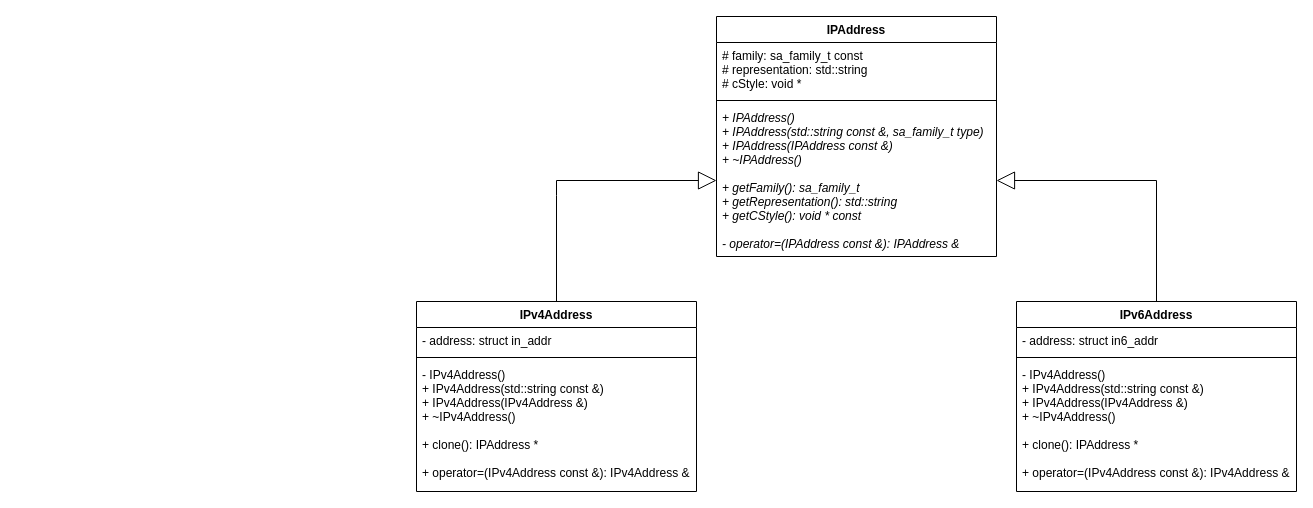
Before: docs/DiagramUML.drawio in tbellavia/ft_irc, a draw.io diagram. Source tidied: cells renumbered, new cells numbered last; positions are measured from the earlier drawing's top-left corner, leaving out a move shared by most shapes. Both pictures are drawn from the tidied source at 100%, with x=0, y=0 at pixel (416, 16).
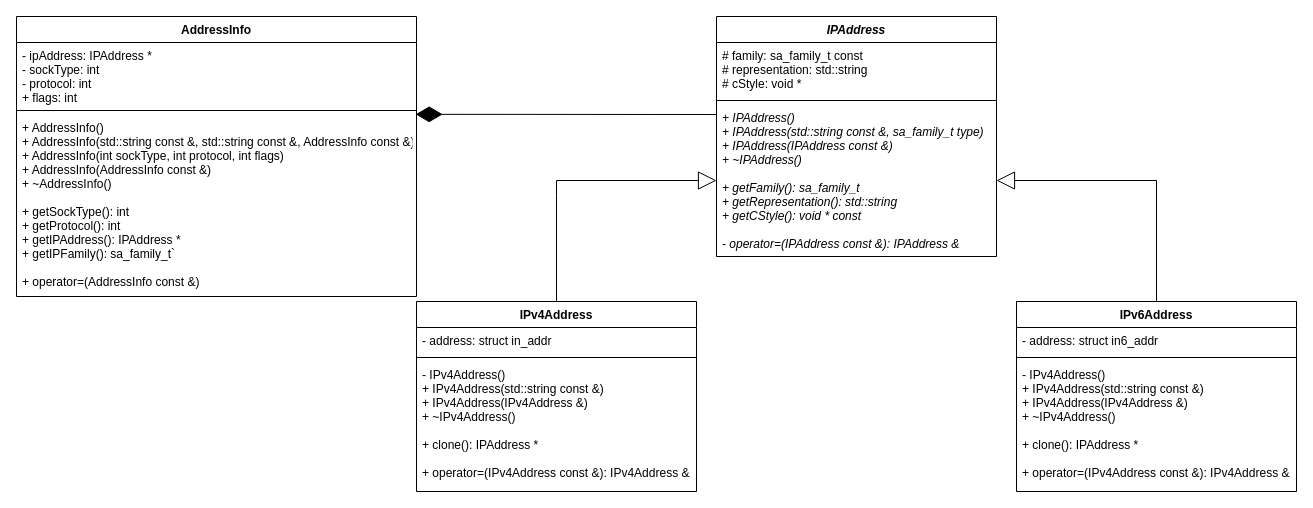
The same diagram, later.

Commit message (it also covers changes not shown here):
ADD: Begin of AddressInfo

The edit, as a diff of the source:
```diff
@@
-    <mxCell id="2" value="IPAddress" style="swimlane;fontStyle=1;align=center;verticalAlign=top;horizontal=1;startSize=26;" parent="1" vertex="1">
+    <mxCell id="2" value="IPAddress" style="swimlane;fontStyle=3;align=center;verticalAlign=top;horizontal=1;startSize=26;" parent="1" vertex="1">
       <mxGeometry x="300" width="280" height="240" as="geometry" />
     </mxCell>
@@
+    <mxCell id="16" value="AddressInfo" style="swimlane;fontStyle=1;align=center;verticalAlign=top;horizontal=1;startSize=26;" parent="1" vertex="1">
+      <mxGeometry x="-400" width="400" height="280" as="geometry" />
+    </mxCell>
+    <mxCell id="17" value="- ipAddress: IPAddress *&#10;- sockType: int&#10;- protocol: int&#10;+ flags: int" style="text;strokeColor=none;fillColor=none;align=left;verticalAlign=top;spacingLeft=4;spacingRight=4;overflow=hidden;direction=south;" parent="16" vertex="1">
+      <mxGeometry y="26" width="400" height="64" as="geometry" />
+    </mxCell>
+    <mxCell id="18" style="line;strokeWidth=1;fillColor=none;align=left;verticalAlign=middle;spacingTop=-1;spacingLeft=3;spacingRight=3;labelPosition=right;" parent="16" vertex="1">
+      <mxGeometry y="90" width="400" height="8" as="geometry" />
+    </mxCell>
+    <mxCell id="19" value="+ AddressInfo()&#10;+ AddressInfo(std::string const &amp;, std::string const &amp;, AddressInfo const &amp;)&#10;+ AddressInfo(int sockType, int protocol, int flags)&#10;+ AddressInfo(AddressInfo const &amp;)&#10;+ ~AddressInfo()&#10;&#10;+ getSockType(): int&#10;+ getProtocol(): int&#10;+ getIPAddress(): IPAddress *&#10;+ getIPFamily(): sa_family_t`&#10;&#10;+ operator=(AddressInfo const &amp;)" style="text;strokeColor=none;fillColor=none;align=left;verticalAlign=top;spacingLeft=4;spacingRight=4;overflow=hidden;points=[[0,0.5],[1,0.5]];portConstraint=eastwest;fontStyle=0;" parent="16" vertex="1">
+      <mxGeometry y="98" width="400" height="182" as="geometry" />
+    </mxCell>
+    <mxCell id="20" style="endArrow=diamondThin;endFill=1;endSize=24;html=1;rounded=0;entryX=0.998;entryY=-0.001;entryDx=0;entryDy=0;entryPerimeter=0;" parent="1" edge="1" target="19">
+      <mxGeometry relative="1" as="geometry">
+        <mxPoint x="300" y="98" as="sourcePoint" />
+      </mxGeometry>
+    </mxCell>
```
